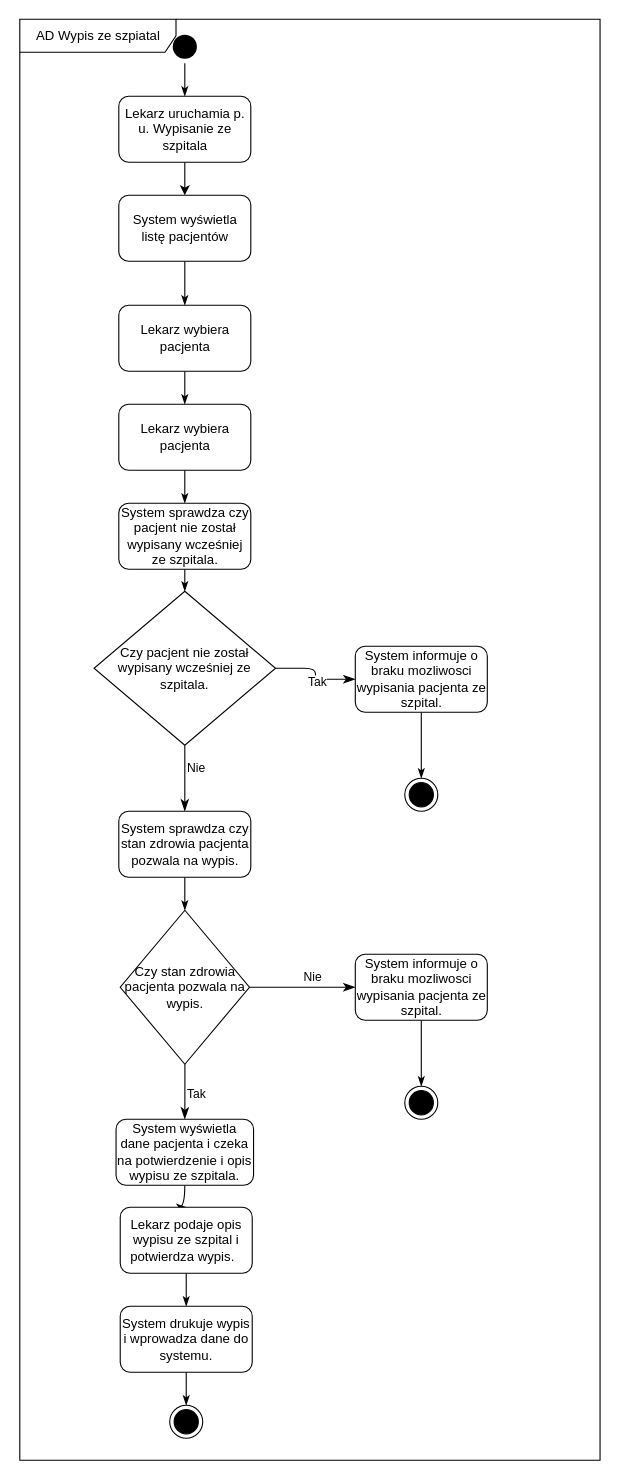
This is page "przykład urzycia" (3 of 6) of Szpital.drawio from AleksanderStaruch/HospitalUML, a draw.io file, before an edit. Source tidied: cells renumbered, new cells numbered last; positions are measured from the earlier drawing's top-left corner, leaving out a move shared by most shapes. Both pictures are drawn from the tidied source at 110%, with x=0, y=0 at pixel (19, 19).
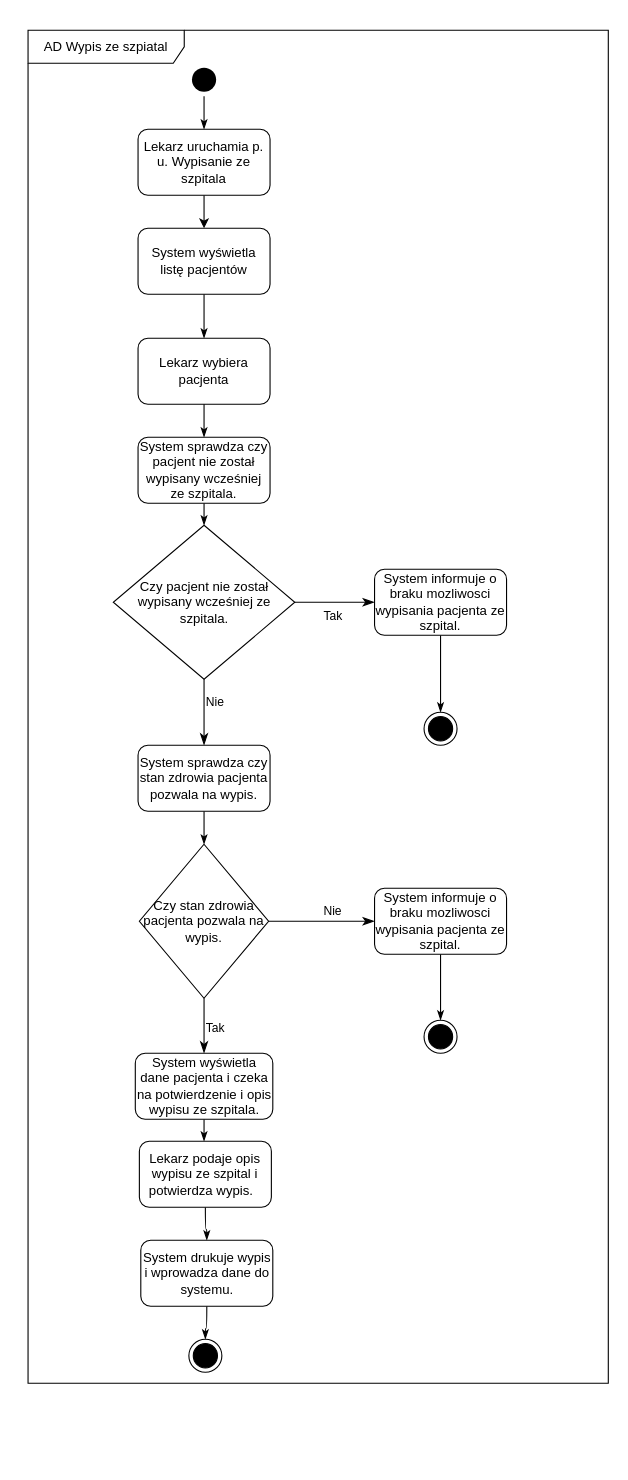
Above is the later version.

Diff of the diagram source:
```diff
@@
     <mxCell id="2" value="AD Wypis ze szpiatal" style="shape=umlFrame;whiteSpace=wrap;html=1;strokeColor=#000000;fillColor=#FFFFFF;width=142;height=30;" parent="1" vertex="1">
-      <mxGeometry x="0.5" width="527.5" height="1310" as="geometry" />
+      <mxGeometry x="8" y="10" width="527.5" height="1230" as="geometry" />
     </mxCell>
     <mxCell id="3" style="ellipse;html=1;shape=startState;fillColor=#000000;strokeColor=none;" parent="1" vertex="1">
-      <mxGeometry x="135.5" y="10" width="30" height="30" as="geometry" />
+      <mxGeometry x="153" y="40" width="30" height="30" as="geometry" />
     </mxCell>
@@
     <mxCell id="6" value="Lekarz uruchamia p. u. Wypisanie ze szpitala" style="rounded=1;whiteSpace=wrap;html=1;" parent="1" vertex="1">
-      <mxGeometry x="90.5" y="70" width="120" height="60" as="geometry" />
+      <mxGeometry x="108" y="100" width="120" height="60" as="geometry" />
     </mxCell>
@@
     <mxCell id="8" value="System wyświetla listę pacjentów" style="rounded=1;whiteSpace=wrap;html=1;" parent="1" vertex="1">
-      <mxGeometry x="90.5" y="160" width="120" height="60" as="geometry" />
+      <mxGeometry x="108" y="190" width="120" height="60" as="geometry" />
     </mxCell>
-    <mxCell id="9" style="edgeStyle=orthogonalEdgeStyle;curved=1;rounded=0;jettySize=auto;html=1;endArrow=classicThin;endFill=1;strokeColor=#000000;" parent="1" edge="1" source="10" target="12">
-      <mxGeometry relative="1" as="geometry" />
-    </mxCell>
     <mxCell id="10" value="Lekarz wybiera pacjenta" style="rounded=1;whiteSpace=wrap;html=1;" parent="1" vertex="1">
-      <mxGeometry x="90.5" y="260" width="120" height="60" as="geometry" />
+      <mxGeometry x="108" y="290" width="120" height="60" as="geometry" />
     </mxCell>
-    <mxCell id="11" style="edgeStyle=orthogonalEdgeStyle;curved=1;rounded=0;jettySize=auto;html=1;endArrow=classicThin;endFill=1;strokeColor=#000000;" parent="1" edge="1" source="12" target="14">
+    <mxCell id="11" style="edgeStyle=orthogonalEdgeStyle;curved=1;rounded=0;jettySize=auto;html=1;endArrow=classicThin;endFill=1;strokeColor=#000000;" parent="1" edge="1" source="10" target="14">
       <mxGeometry relative="1" as="geometry" />
     </mxCell>
-    <mxCell id="12" value="Lekarz wybiera pacjenta" style="rounded=1;whiteSpace=wrap;html=1;" parent="1" vertex="1">
-      <mxGeometry x="90.5" y="350" width="120" height="60" as="geometry" />
-    </mxCell>
@@
     <mxCell id="14" value="System sprawdza czy pacjent nie został wypisany wcześniej ze szpitala." style="rounded=1;whiteSpace=wrap;html=1;" parent="1" vertex="1">
-      <mxGeometry x="90.5" y="440" width="120" height="60" as="geometry" />
+      <mxGeometry x="108" y="380" width="120" height="60" as="geometry" />
     </mxCell>
     <mxCell id="15" value="Czy pacjent nie został wypisany wcześniej ze szpitala." style="rhombus;whiteSpace=wrap;html=1;fillColor=#FFFFFF;strokeColor=#000000;" parent="1" vertex="1">
-      <mxGeometry x="68" y="520" width="165" height="140" as="geometry" />
+      <mxGeometry x="85.5" y="460" width="165" height="140" as="geometry" />
     </mxCell>
@@
     <mxCell id="18" style="ellipse;html=1;shape=endState;fillColor=#000000;strokeColor=#000000;" parent="1" vertex="1">
-      <mxGeometry x="350.5" y="690" width="30" height="30" as="geometry" />
+      <mxGeometry x="368" y="630" width="30" height="30" as="geometry" />
     </mxCell>
@@
     <mxCell id="20" value="System informuje o braku mozliwosci wypisania pacjenta ze szpital." style="rounded=1;whiteSpace=wrap;html=1;" parent="1" vertex="1">
-      <mxGeometry x="305.5" y="570" width="120" height="60" as="geometry" />
+      <mxGeometry x="323" y="500" width="120" height="60" as="geometry" />
     </mxCell>
@@
     <mxCell id="24" style="ellipse;html=1;shape=endState;fillColor=#000000;strokeColor=#000000;" parent="1" vertex="1">
-      <mxGeometry x="350.5" y="970" width="30" height="30" as="geometry" />
+      <mxGeometry x="368" y="910" width="30" height="30" as="geometry" />
     </mxCell>
@@
     <mxCell id="26" value="System informuje o braku mozliwosci wypisania pacjenta ze szpital." style="rounded=1;whiteSpace=wrap;html=1;" parent="1" vertex="1">
-      <mxGeometry x="305.5" y="850" width="120" height="60" as="geometry" />
+      <mxGeometry x="323" y="790" width="120" height="60" as="geometry" />
     </mxCell>
     <mxCell id="27" value="Czy stan zdrowia pacjenta pozwala na wypis." style="rhombus;whiteSpace=wrap;html=1;fillColor=#FFFFFF;strokeColor=#000000;" parent="1" vertex="1">
-      <mxGeometry x="91.8" y="810" width="117.5" height="140" as="geometry" />
+      <mxGeometry x="109.2" y="750" width="117.5" height="140" as="geometry" />
     </mxCell>
     <mxCell id="28" value="System sprawdza czy stan zdrowia pacjenta pozwala na wypis." style="rounded=1;whiteSpace=wrap;html=1;" parent="1" vertex="1">
-      <mxGeometry x="90.5" y="720" width="120" height="60" as="geometry" />
+      <mxGeometry x="108" y="660" width="120" height="60" as="geometry" />
     </mxCell>
     <mxCell id="29" style="edgeStyle=orthogonalEdgeStyle;curved=1;rounded=0;jettySize=auto;html=1;endArrow=classicThin;endFill=1;strokeColor=#000000;" parent="1" edge="1" source="30" target="32">
-      <mxGeometry relative="1" as="geometry" />
+      <mxGeometry relative="1" as="geometry">
+        <Array as="points">
+          <mxPoint x="168" y="1020" />
+        </Array>
+      </mxGeometry>
     </mxCell>
     <mxCell id="30" value="System wyświetla dane pacjenta i czeka na potwierdzenie i opis wypisu ze szpitala." style="rounded=1;whiteSpace=wrap;html=1;" parent="1" vertex="1">
-      <mxGeometry x="88" y="1000" width="125" height="60" as="geometry" />
+      <mxGeometry x="105.5" y="940" width="125" height="60" as="geometry" />
     </mxCell>
@@
     <mxCell id="32" value="Lekarz podaje opis wypisu ze szpital i potwierdza wypis.&amp;nbsp;&amp;nbsp;" style="rounded=1;whiteSpace=wrap;html=1;" parent="1" vertex="1">
-      <mxGeometry x="91.8" y="1080" width="120" height="60" as="geometry" />
+      <mxGeometry x="109.2" y="1020" width="120" height="60" as="geometry" />
     </mxCell>
@@
     <mxCell id="34" value="System drukuje wypis i wprowadza dane do systemu." style="rounded=1;whiteSpace=wrap;html=1;" parent="1" vertex="1">
-      <mxGeometry x="91.8" y="1170" width="120" height="60" as="geometry" />
+      <mxGeometry x="110.5" y="1110" width="120" height="60" as="geometry" />
     </mxCell>
     <mxCell id="35" style="ellipse;html=1;shape=endState;fillColor=#000000;strokeColor=#000000;" parent="1" vertex="1">
-      <mxGeometry x="136.8" y="1260" width="30" height="30" as="geometry" />
+      <mxGeometry x="154.2" y="1200" width="30" height="30" as="geometry" />
     </mxCell>
```
